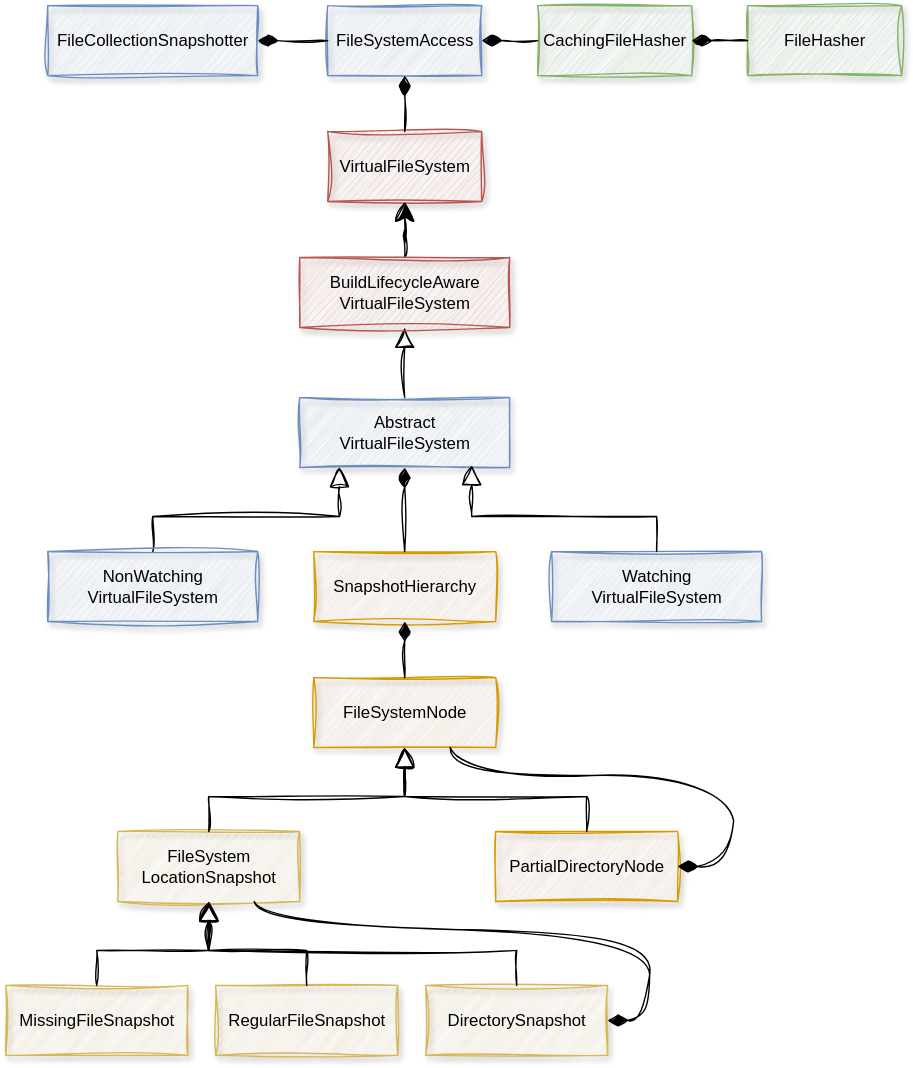
Earlier version of the draw.io export platforms/core-execution/snapshots/Virtual File System.drawio.svg (gradle/gradle). Source tidied: cells renumbered, new cells last; positions are measured from the earlier drawing's top-left corner, leaving out a move shared by most shapes.
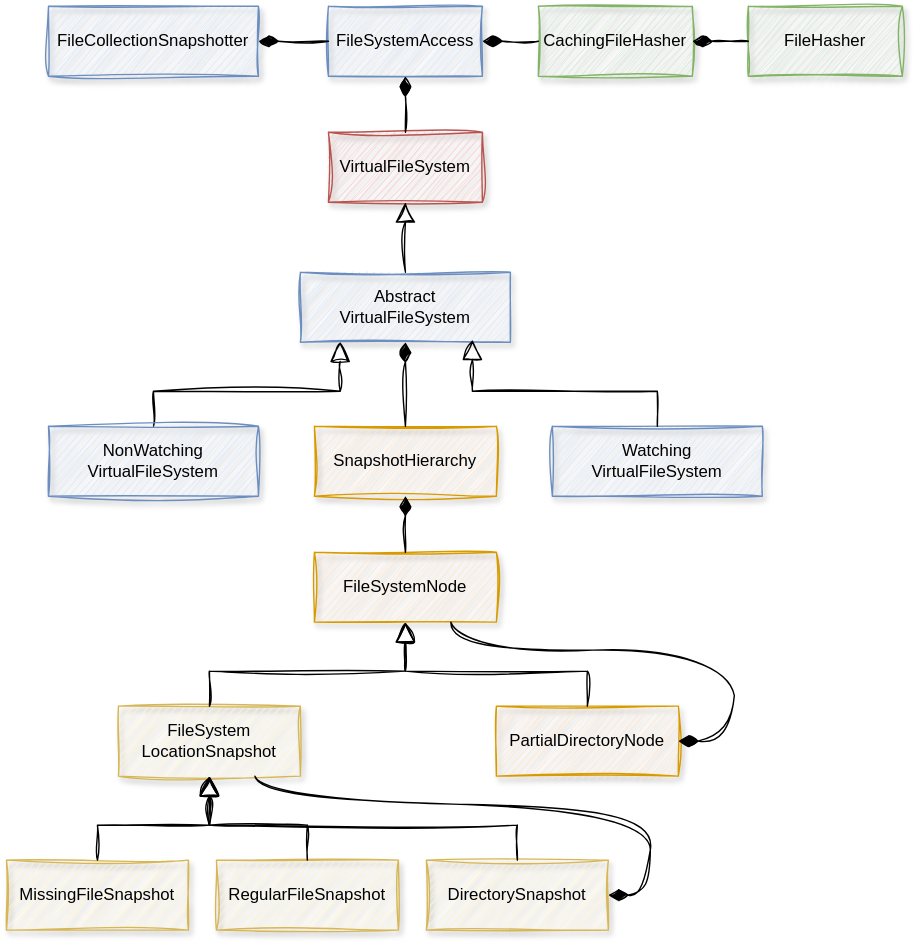
The same diagram one commit later.

Diff of the diagram source:
```diff
@@ -3,21 +3,18 @@
     <mxCell id="0" />
     <mxCell id="1" parent="0" />
     <mxCell id="2" value="FileSystemAccess" style="html=1;whiteSpace=wrap;sketch=1;curveFitting=1;jiggle=2;shadow=1;fillColor=#dae8fc;strokeColor=#6c8ebf;" parent="1" vertex="1">
-      <mxGeometry x="230" width="110" height="50" as="geometry" />
+      <mxGeometry x="230" y="90" width="110" height="50" as="geometry" />
     </mxCell>
     <mxCell id="3" value="VirtualFileSystem" style="html=1;whiteSpace=wrap;sketch=1;curveFitting=1;jiggle=2;shadow=1;fillColor=#f8cecc;strokeColor=#b85450;" parent="1" vertex="1">
-      <mxGeometry x="230" y="90" width="110" height="50" as="geometry" />
+      <mxGeometry x="230" y="180" width="110" height="50" as="geometry" />
     </mxCell>
-    <mxCell id="4" style="edgeStyle=orthogonalEdgeStyle;rounded=0;jettySize=auto;html=1;sketch=1;curveFitting=1;jiggle=2;endSize=12;startSize=12;" parent="1" edge="1" source="13" target="3">
-      <mxGeometry relative="1" as="geometry" />
-    </mxCell>
     <mxCell id="5" style="edgeStyle=orthogonalEdgeStyle;shape=connector;rounded=0;sketch=1;jiggle=2;curveFitting=1;jettySize=auto;html=1;strokeColor=default;align=center;verticalAlign=middle;fontFamily=Helvetica;fontSize=11;fontColor=default;labelBackgroundColor=default;endArrow=block;endFill=0;startSize=12;endSize=12;exitX=0.5;exitY=0;exitDx=0;exitDy=0;entryX=0.189;entryY=0.993;entryDx=0;entryDy=0;entryPerimeter=0;" parent="1" edge="1" source="6" target="11">
       <mxGeometry relative="1" as="geometry" />
     </mxCell>
     <mxCell id="6" value="NonWatching&lt;br&gt;VirtualFileSystem" style="html=1;whiteSpace=wrap;sketch=1;curveFitting=1;jiggle=2;shadow=1;fillColor=#dae8fc;strokeColor=#6c8ebf;" parent="1" vertex="1">
       <mxGeometry x="30" y="390" width="150" height="50" as="geometry" />
     </mxCell>
-    <mxCell id="7" style="edgeStyle=orthogonalEdgeStyle;shape=connector;rounded=0;sketch=1;jiggle=2;curveFitting=1;jettySize=auto;html=1;strokeColor=default;align=center;verticalAlign=middle;fontFamily=Helvetica;fontSize=11;fontColor=default;labelBackgroundColor=default;endArrow=block;endFill=0;endSize=12;" parent="1" edge="1" source="11" target="13">
+    <mxCell id="7" style="edgeStyle=orthogonalEdgeStyle;shape=connector;rounded=0;sketch=1;jiggle=2;curveFitting=1;jettySize=auto;html=1;strokeColor=default;align=center;verticalAlign=middle;fontFamily=Helvetica;fontSize=11;fontColor=default;labelBackgroundColor=default;endArrow=block;endFill=0;endSize=12;" parent="1" edge="1" source="11" target="3">
       <mxGeometry relative="1" as="geometry" />
     </mxCell>
     <mxCell id="8" value="Watching&lt;br&gt;VirtualFileSystem" style="html=1;whiteSpace=wrap;sketch=1;curveFitting=1;jiggle=2;shadow=1;fillColor=#dae8fc;strokeColor=#6c8ebf;" parent="1" vertex="1">
@@ -35,9 +32,6 @@
     <mxCell id="12" style="edgeStyle=orthogonalEdgeStyle;shape=connector;rounded=0;sketch=1;jiggle=2;curveFitting=1;jettySize=auto;html=1;strokeColor=default;align=center;verticalAlign=middle;fontFamily=Helvetica;fontSize=11;fontColor=default;labelBackgroundColor=default;endArrow=block;endFill=0;startSize=12;endSize=12;entryX=0.819;entryY=0.965;entryDx=0;entryDy=0;entryPerimeter=0;exitX=0.5;exitY=0;exitDx=0;exitDy=0;" parent="1" edge="1" source="8" target="11">
       <mxGeometry relative="1" as="geometry" />
     </mxCell>
-    <mxCell id="13" value="BuildLifecycleAware&lt;br&gt;VirtualFileSystem" style="html=1;whiteSpace=wrap;sketch=1;curveFitting=1;jiggle=2;shadow=1;fillColor=#f8cecc;strokeColor=#b85450;" parent="1" vertex="1">
-      <mxGeometry x="210" y="180" width="150" height="50" as="geometry" />
-    </mxCell>
     <mxCell id="14" value="FileSystem&lt;br&gt;LocationSnapshot" style="html=1;whiteSpace=wrap;sketch=1;curveFitting=1;jiggle=2;shadow=1;fillColor=#fff2cc;strokeColor=#d6b656;" parent="1" vertex="1">
       <mxGeometry x="80" y="590" width="130" height="50" as="geometry" />
     </mxCell>
@@ -96,19 +90,19 @@
       <mxGeometry relative="1" as="geometry" />
     </mxCell>
     <mxCell id="29" value="CachingFileHasher" style="html=1;whiteSpace=wrap;sketch=1;curveFitting=1;jiggle=2;shadow=1;fillColor=#d5e8d4;strokeColor=#82b366;" parent="1" vertex="1">
-      <mxGeometry x="380" width="110" height="50" as="geometry" />
+      <mxGeometry x="380" y="90" width="110" height="50" as="geometry" />
     </mxCell>
     <mxCell id="30" style="endArrow=diamondThin;endFill=1;endSize=12;html=1;rounded=0;sketch=1;jiggle=2;curveFitting=1;strokeColor=default;align=center;verticalAlign=middle;fontFamily=Helvetica;fontSize=11;fontColor=default;labelBackgroundColor=default;edgeStyle=orthogonalEdgeStyle;startSize=12;" parent="1" edge="1" source="29" target="2">
       <mxGeometry relative="1" as="geometry" />
     </mxCell>
     <mxCell id="31" value="FileHasher" style="html=1;whiteSpace=wrap;sketch=1;curveFitting=1;jiggle=2;shadow=1;fillColor=#d5e8d4;strokeColor=#82b366;" parent="1" vertex="1">
-      <mxGeometry x="530" width="110" height="50" as="geometry" />
+      <mxGeometry x="530" y="90" width="110" height="50" as="geometry" />
     </mxCell>
     <mxCell id="32" style="endArrow=diamondThin;endFill=1;endSize=12;html=1;rounded=0;sketch=1;jiggle=2;curveFitting=1;strokeColor=default;align=center;verticalAlign=middle;fontFamily=Helvetica;fontSize=11;fontColor=default;labelBackgroundColor=default;edgeStyle=orthogonalEdgeStyle;startSize=12;" parent="1" edge="1" source="31" target="29">
       <mxGeometry relative="1" as="geometry" />
     </mxCell>
     <mxCell id="33" value="FileCollectionSnapshotter" style="html=1;whiteSpace=wrap;sketch=1;curveFitting=1;jiggle=2;shadow=1;fillColor=#dae8fc;strokeColor=#6c8ebf;" parent="1" vertex="1">
-      <mxGeometry x="30" width="150" height="50" as="geometry" />
+      <mxGeometry x="30" y="90" width="150" height="50" as="geometry" />
     </mxCell>
     <mxCell id="34" style="endArrow=diamondThin;endFill=1;endSize=12;html=1;rounded=0;sketch=1;jiggle=2;curveFitting=1;strokeColor=default;align=center;verticalAlign=middle;fontFamily=Helvetica;fontSize=11;fontColor=default;labelBackgroundColor=default;edgeStyle=orthogonalEdgeStyle;startSize=12;" parent="1" edge="1" source="2" target="33">
       <mxGeometry relative="1" as="geometry" />
```
